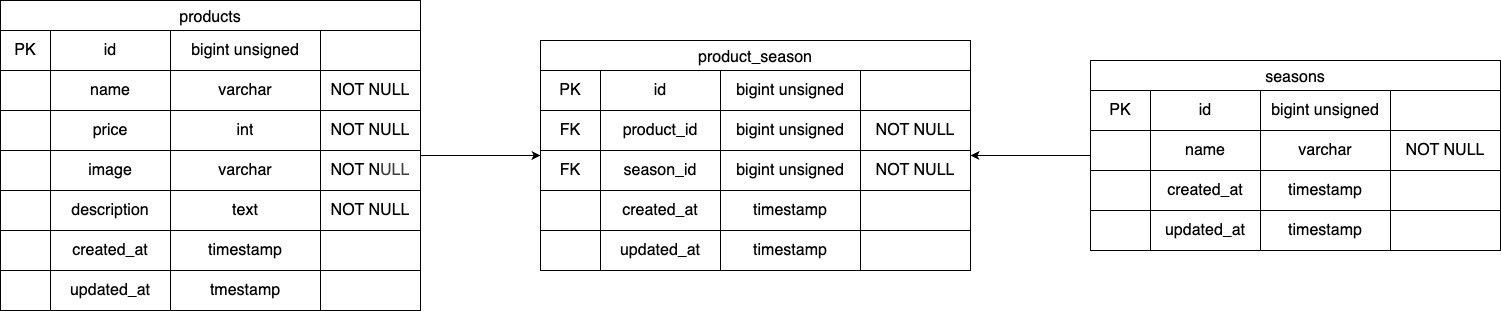
Earlier version of the draw.io export ERD.drawio.png (katoketa/mogitate). Source tidied: cells renumbered, new cells last; positions are measured from the earlier drawing's top-left corner, leaving out a move shared by most shapes.
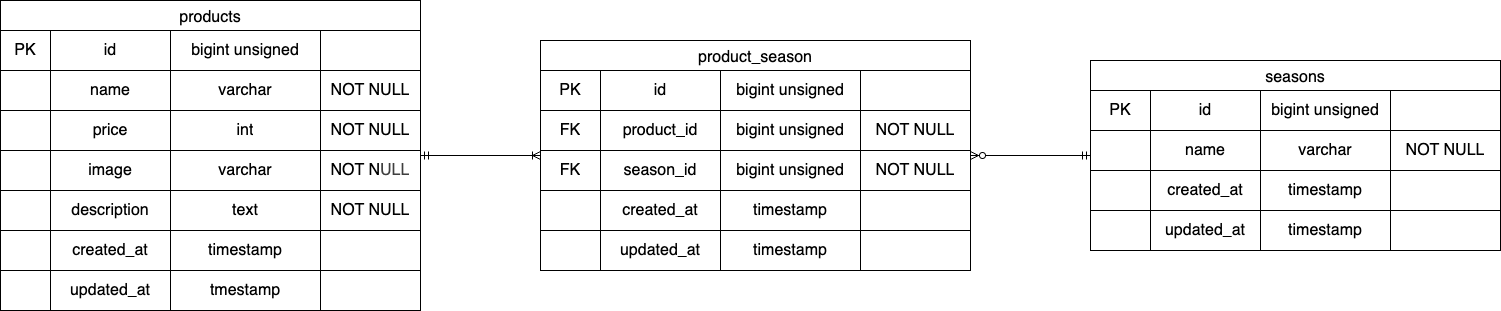
The same diagram one commit later.

Diff of the diagram source:
```diff
@@ -251,10 +251,10 @@
     <mxCell id="84" style="shape=partialRectangle;html=1;whiteSpace=wrap;strokeColor=inherit;overflow=hidden;fillColor=none;top=0;left=0;bottom=0;right=0;fontSize=16;" parent="80" vertex="1">
       <mxGeometry x="300" width="110" height="40" as="geometry" />
     </mxCell>
-    <mxCell id="85" style="endArrow=classic;html=1;" parent="1" edge="1" source="2" target="38">
+    <mxCell id="85" style="endArrow=ERoneToMany;html=1;endFill=0;startArrow=ERmandOne;startFill=0;" parent="1" edge="1" source="2" target="38">
       <mxGeometry relative="1" as="geometry" />
     </mxCell>
-    <mxCell id="86" style="endArrow=classic;html=1;" parent="1" edge="1" source="64" target="38">
+    <mxCell id="86" style="endArrow=ERzeroToMany;html=1;endFill=0;startArrow=ERmandOne;startFill=0;" parent="1" edge="1" source="64" target="38">
       <mxGeometry relative="1" as="geometry" />
     </mxCell>
   </root>
```
